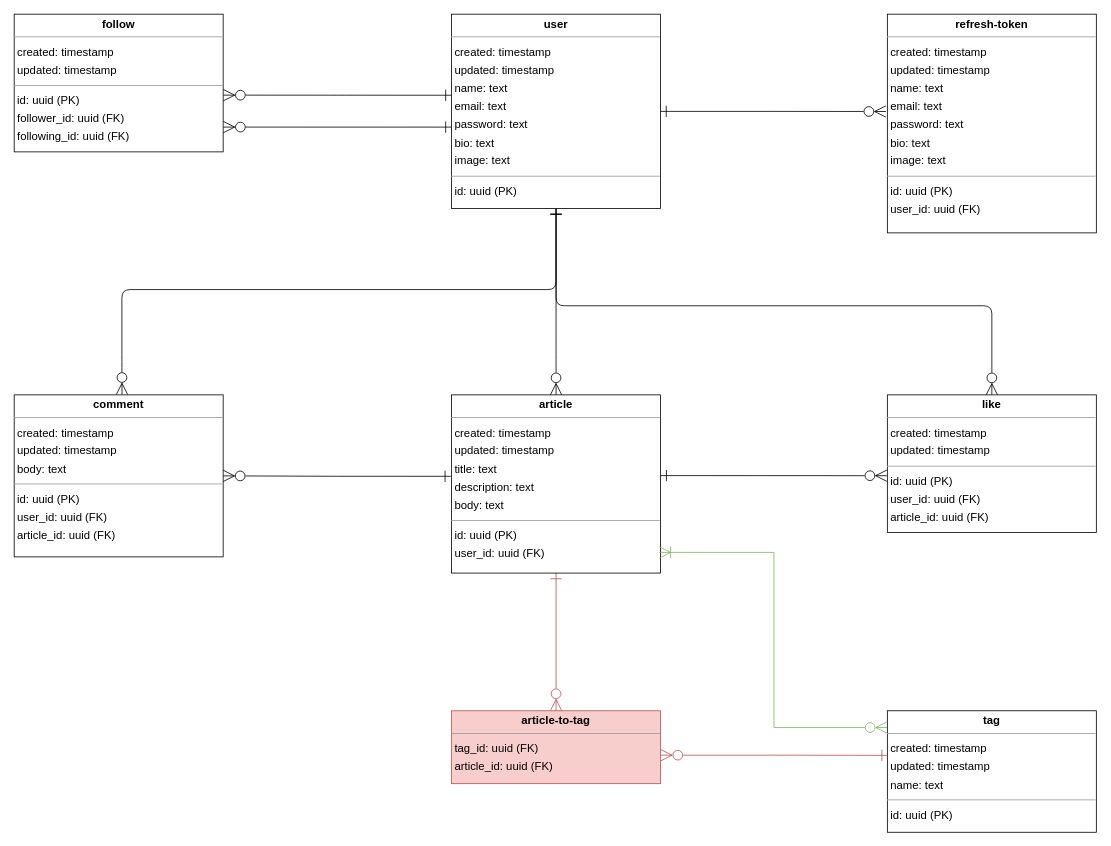
This is Untitled Diagram.drawio from feden2906/demo-nestjs, a draw.io file, before an edit. Source tidied: cells renumbered, new cells numbered last; positions are measured from the earlier drawing's top-left corner, leaving out a move shared by most shapes. Both pictures are drawn from the tidied source at 81%, with x=0, y=0 at pixel (14, 14).
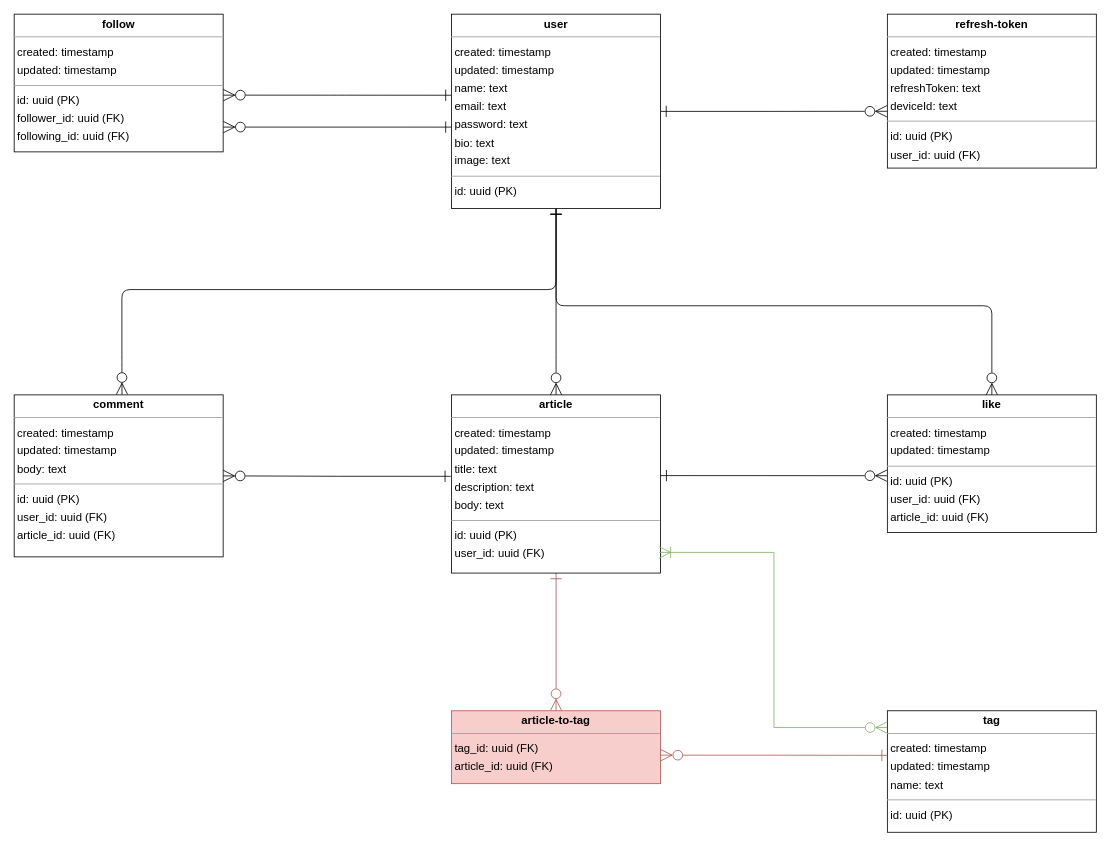
Above is the later version.

The change refers to these unchanged cells:
```xml
<mxCell id="7" value="&lt;p style=&quot;margin:0px;margin-top:4px;text-align:center;&quot;&gt;&lt;b&gt;user&lt;/b&gt;&lt;/p&gt;&lt;hr size=&quot;1&quot;&gt;&lt;p style=&quot;margin:0 0 0 4px;line-height:1.6;&quot;&gt; created: timestamp&lt;br&gt; updated: timestamp&lt;/p&gt;&lt;p style=&quot;margin:0 0 0 4px;line-height:1.6;&quot;&gt;name: text&lt;br style=&quot;border-color: var(--border-color);&quot;&gt;email: text&lt;br style=&quot;border-color: var(--border-color);&quot;&gt;password: text&lt;br style=&quot;border-color: var(--border-color);&quot;&gt;bio: text&lt;br style=&quot;border-color: var(--border-color);&quot;&gt;image: text&lt;br&gt;&lt;/p&gt;&lt;hr size=&quot;1&quot;&gt;&lt;p style=&quot;margin:0 0 0 4px;line-height:1.6;&quot;&gt; id: uuid (PK)&lt;/p&gt;" style="verticalAlign=top;align=left;overflow=fill;fontSize=14;fontFamily=Helvetica;html=1;rounded=0;shadow=0;comic=0;labelBackgroundColor=none;strokeWidth=1;" parent="1" vertex="1">
  <mxGeometry x="540" width="258" height="240" as="geometry" />
</mxCell>
```

Diff of the diagram source:
```diff
@@
-    <mxCell id="2" value="&lt;p style=&quot;margin:0px;margin-top:4px;text-align:center;&quot;&gt;&lt;b&gt;refresh-token&lt;/b&gt;&lt;/p&gt;&lt;hr size=&quot;1&quot;&gt;&lt;p style=&quot;margin:0 0 0 4px;line-height:1.6;&quot;&gt; created: timestamp&lt;br&gt; updated: timestamp&lt;br&gt; name: text&lt;br&gt;email: text&lt;br&gt;password: text&lt;br&gt;bio: text&lt;br&gt;image: text&lt;br&gt;&lt;/p&gt;&lt;hr size=&quot;1&quot;&gt;&lt;p style=&quot;margin:0 0 0 4px;line-height:1.6;&quot;&gt; id: uuid (PK)&lt;/p&gt;&lt;p style=&quot;margin:0 0 0 4px;line-height:1.6;&quot;&gt;user_id: uuid (FK)&lt;/p&gt;" style="verticalAlign=top;align=left;overflow=fill;fontSize=14;fontFamily=Helvetica;html=1;rounded=0;shadow=0;comic=0;labelBackgroundColor=none;strokeWidth=1;" parent="1" vertex="1">
-      <mxGeometry x="1078" width="258" height="270" as="geometry" />
+    <mxCell id="2" value="&lt;p style=&quot;margin:0px;margin-top:4px;text-align:center;&quot;&gt;&lt;b&gt;refresh-token&lt;/b&gt;&lt;/p&gt;&lt;hr size=&quot;1&quot;&gt;&lt;p style=&quot;margin:0 0 0 4px;line-height:1.6;&quot;&gt; created: timestamp&lt;br&gt; updated: timestamp&lt;br&gt;refreshToken: text&lt;br&gt;deviceId: text&lt;br&gt;&lt;/p&gt;&lt;hr size=&quot;1&quot;&gt;&lt;p style=&quot;margin:0 0 0 4px;line-height:1.6;&quot;&gt; id: uuid (PK)&lt;/p&gt;&lt;p style=&quot;margin:0 0 0 4px;line-height:1.6;&quot;&gt;user_id: uuid (FK)&lt;/p&gt;" style="verticalAlign=top;align=left;overflow=fill;fontSize=14;fontFamily=Helvetica;html=1;rounded=0;shadow=0;comic=0;labelBackgroundColor=none;strokeWidth=1;" parent="1" vertex="1">
+      <mxGeometry x="1078" width="258" height="190" as="geometry" />
     </mxCell>
@@
-    <mxCell id="5" style="edgeStyle=orthogonalEdgeStyle;rounded=0;jettySize=auto;html=1;entryX=-0.007;entryY=0.445;entryDx=0;entryDy=0;endArrow=ERzeroToMany;endFill=0;startArrow=ERone;startFill=0;endSize=12;startSize=12;entryPerimeter=0;" parent="1" edge="1" source="7" target="2">
+    <mxCell id="5" style="edgeStyle=orthogonalEdgeStyle;rounded=0;jettySize=auto;html=1;endArrow=ERzeroToMany;endFill=0;startArrow=ERone;startFill=0;endSize=12;startSize=12;entryX=-0.002;entryY=0.631;entryDx=0;entryDy=0;entryPerimeter=0;" parent="1" edge="1" source="7" target="2">
       <mxGeometry relative="1" as="geometry" />
     </mxCell>
```
